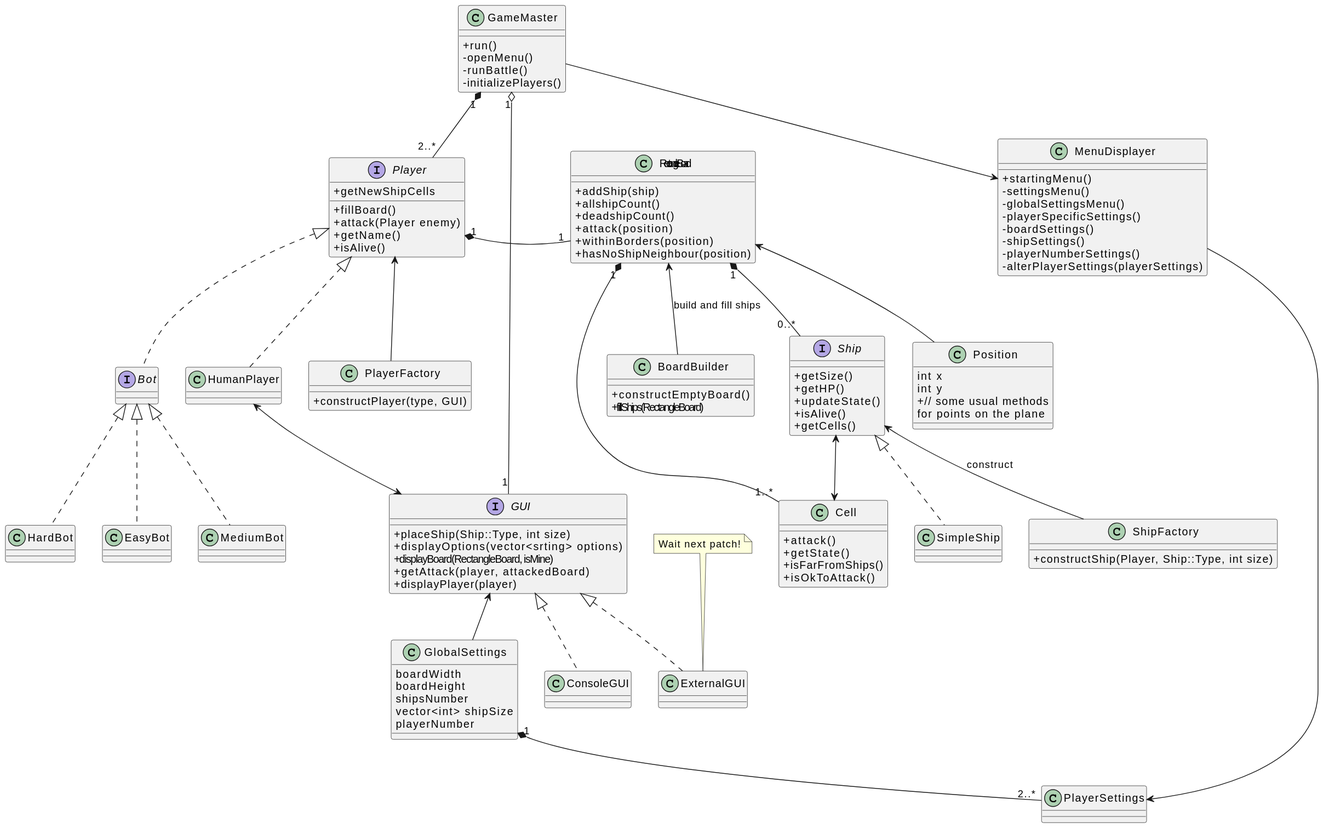
Before: ClassDiagram.svg, a diagram exported from PlantUML (Fas0u1er/ATP_incident).
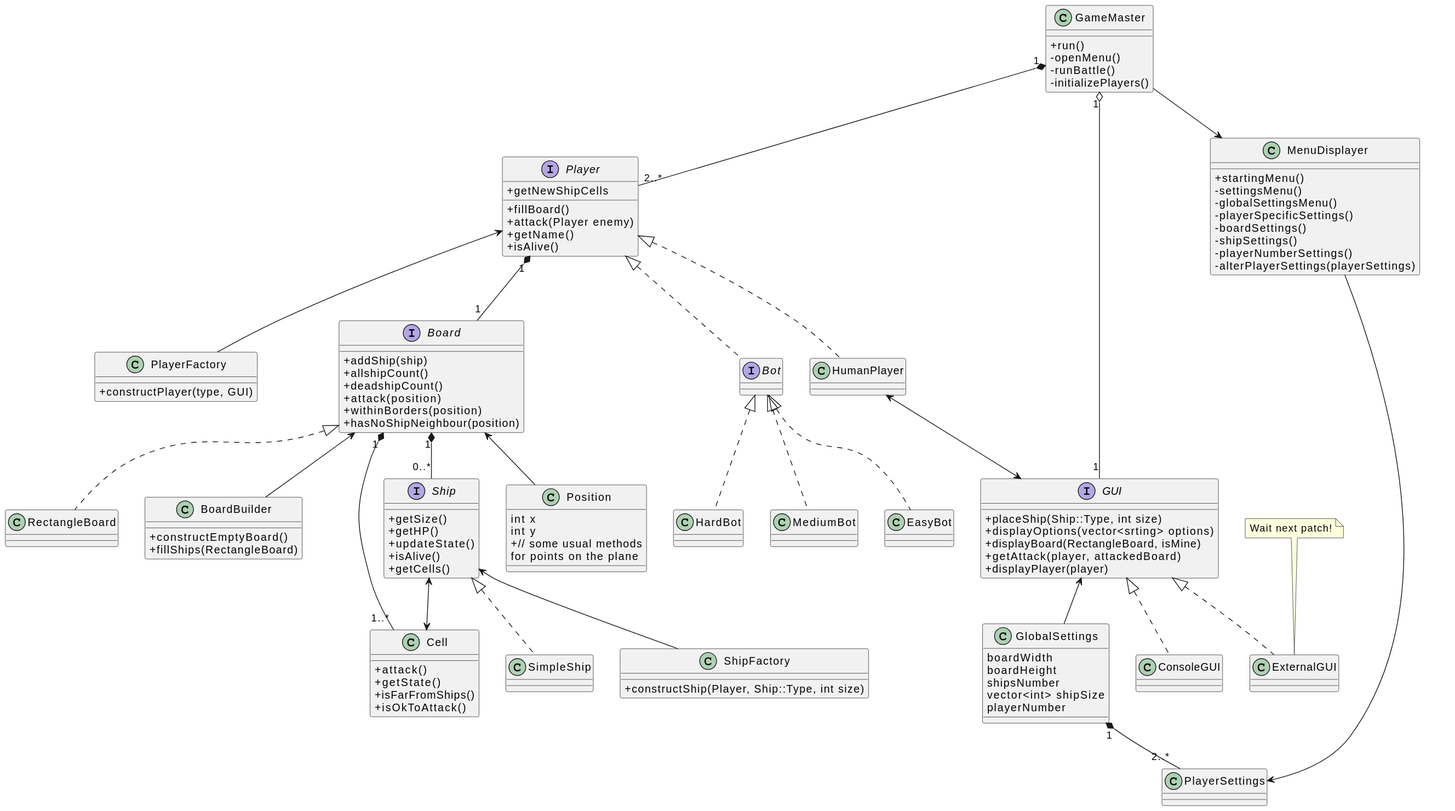
After the change.

Change to the diagram source:
```diff
@@ -25,7 +25,7 @@
 +getName()
 +isAlive()
 }
-class RectangleBoard {
+interface Board {
 +addShip(ship)
 +allshipCount()
 +deadshipCount()
@@ -109,17 +109,18 @@
 Bot <|.. MediumBot
 Bot <|.. HardBot
 Ship <|.. SimpleShip
-Player "1" *-- "1" RectangleBoard
-RectangleBoard "1" *-- "1..*" Cell
-RectangleBoard "1" *-- "0..*" Ship
+Board <|.. RectangleBoard
+Player "1" *-- "1" Board
+Board "1" *-- "1..*" Cell
+Board "1" *-- "0..*" Ship
 GlobalSettings "1" *-- "2..*" PlayerSettings
-RectangleBoard <-- Position
-RectangleBoard <-- BoardBuilder : build and fill ships
+Board <-- Position
+Board <-- BoardBuilder
 GUI <-- GlobalSettings
 
 Player <-- PlayerFactory
 Ship <--> Cell
-Ship <-- ShipFactory : construct
+Ship <-- ShipFactory
 HumanPlayer <--> GUI
 GameMaster --> MenuDisplayer
 MenuDisplayer --> PlayerSettings
```
